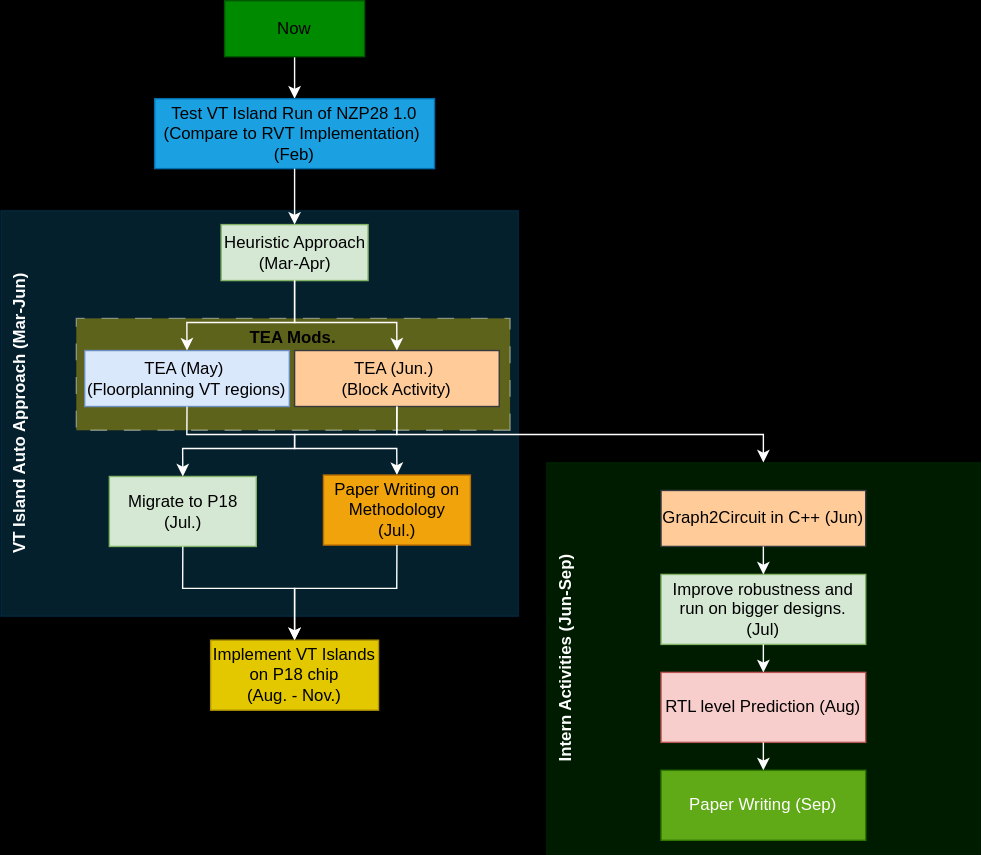
Before: 2025_plan.svg, a diagram exported from draw.io (lhpena98/lhpena98). Source tidied: cells renumbered, new cells last; positions are measured from the earlier drawing's top-left corner, leaving out a move shared by most shapes.
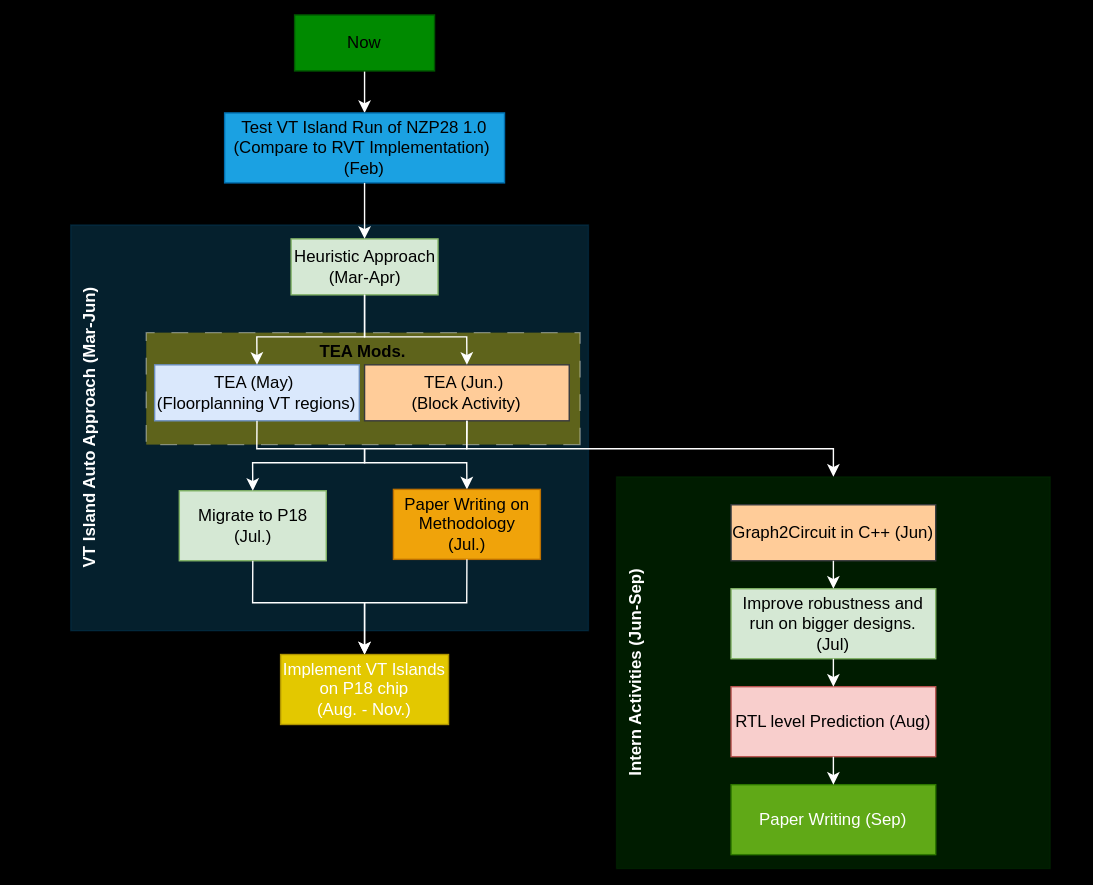
The same diagram one commit later.

What changed in the source:
```diff
@@ -2,6 +2,9 @@
   <root>
     <mxCell id="0" />
     <mxCell id="1" parent="0" />
+    <mxCell id="29" style="rounded=0;whiteSpace=wrap;html=1;fillColor=#000000;" parent="1" vertex="1">
+      <mxGeometry x="-50" y="-10" width="780" height="630" as="geometry" />
+    </mxCell>
     <mxCell id="2" value="&lt;div&gt;&lt;b&gt;Intern Activities (Jun-Sep)&lt;/b&gt;&lt;/div&gt;" style="rounded=0;whiteSpace=wrap;html=1;fillColor=#008a00;strokeColor=#005700;opacity=20;verticalAlign=top;direction=west;textDirection=ltr;align=center;horizontal=0;fontColor=#ffffff;" parent="1" vertex="1">
       <mxGeometry x="390" y="330" width="310" height="280" as="geometry" />
     </mxCell>
@@ -112,7 +115,7 @@
         </Array>
       </mxGeometry>
     </mxCell>
-    <mxCell id="27" value="&lt;div&gt;Implement VT Islands on P18 chip&lt;/div&gt;&lt;div&gt;&lt;span style=&quot;background-color: initial;&quot;&gt;(Aug. - Nov.)&lt;/span&gt;&lt;br&gt;&lt;/div&gt;" style="rounded=0;whiteSpace=wrap;html=1;fillColor=#e3c800;strokeColor=#B09500;fontColor=#000000;" parent="1" vertex="1">
+    <mxCell id="27" value="&lt;div&gt;&lt;font color=&quot;#ffffff&quot;&gt;Implement VT Islands on P18 chip&lt;/font&gt;&lt;/div&gt;&lt;div&gt;&lt;span style=&quot;background-color: initial;&quot;&gt;&lt;font color=&quot;#ffffff&quot;&gt;(Aug. - Nov.)&lt;/font&gt;&lt;/span&gt;&lt;br&gt;&lt;/div&gt;" style="rounded=0;whiteSpace=wrap;html=1;fillColor=#e3c800;strokeColor=#B09500;fontColor=#000000;" parent="1" vertex="1">
       <mxGeometry x="150" y="457" width="120" height="50" as="geometry" />
     </mxCell>
     <mxCell id="28" style="endArrow=classic;html=1;rounded=0;strokeColor=#FFFFFF;entryX=0.5;entryY=0;entryDx=0;entryDy=0;exitX=0.5;exitY=1;exitDx=0;exitDy=0;" parent="1" edge="1" source="25" target="27">
```
